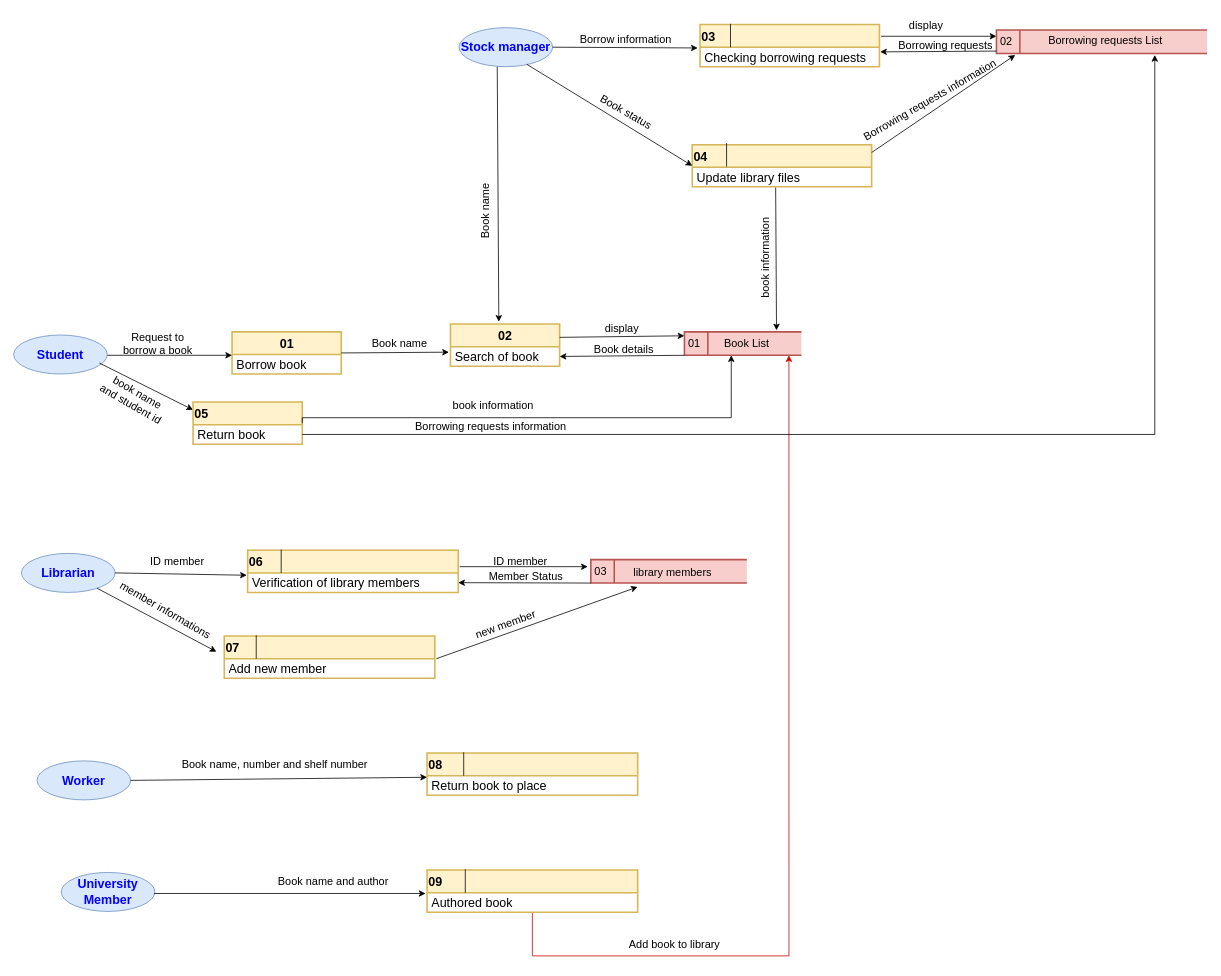
The draw.io diagram L1.drawio in doaa517/Diagrams, before the edit. Source tidied: cells renumbered, new cells numbered last; positions are measured from the earlier drawing's top-left corner, leaving out a move shared by most shapes. Both pictures are drawn from the tidied source at 78%, with x=0, y=0 at pixel (13, 13).
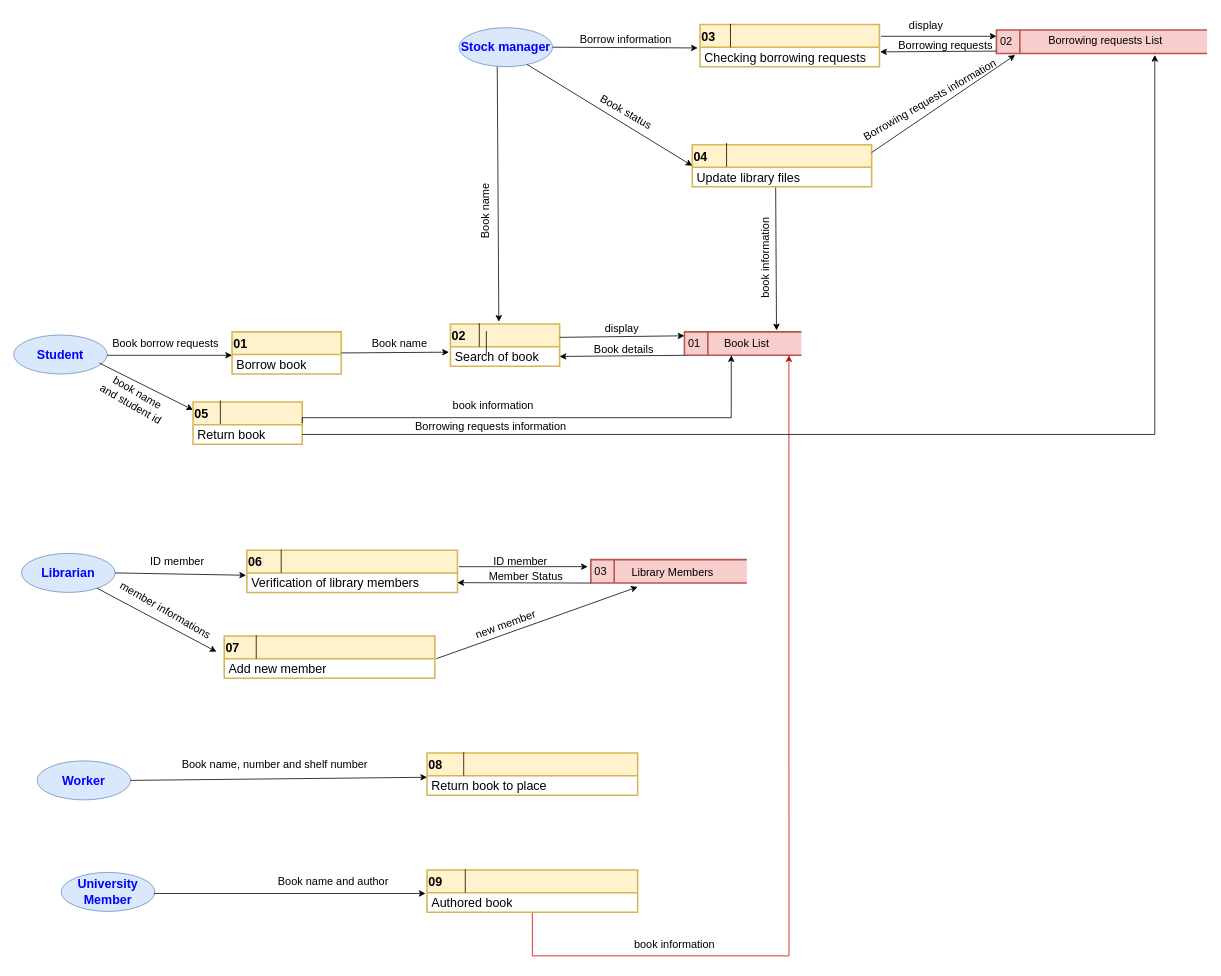
The same page after the edit.

The edit, as a diff of the source:
```diff
@@
-    <mxCell id="8" value="01" style="swimlane;fontStyle=1;align=center;verticalAlign=middle;horizontal=1;startSize=29;html=1;fontSize=16;strokeWidth=2;fillColor=#fff2cc;strokeColor=#d6b656;" parent="1" vertex="1">
+    <mxCell id="8" value="&lt;div align=&quot;left&quot;&gt;01&lt;/div&gt;" style="swimlane;fontStyle=1;align=left;verticalAlign=middle;horizontal=1;startSize=29;html=1;fontSize=16;strokeWidth=2;fillColor=#fff2cc;strokeColor=#d6b656;" parent="1" vertex="1">
       <mxGeometry x="280" y="408" width="140" height="54" as="geometry" />
     </mxCell>
@@
-    <mxCell id="11" value="Request to borrow a book" style="text;html=1;strokeColor=none;fillColor=none;align=center;verticalAlign=middle;whiteSpace=wrap;rounded=0;strokeWidth=2;fontSize=14;fontColor=#000000;" parent="1" vertex="1">
-      <mxGeometry x="130" y="408" width="110" height="30" as="geometry" />
+    <mxCell id="11" value="Book borrow requests" style="text;html=1;strokeColor=none;fillColor=none;align=center;verticalAlign=middle;whiteSpace=wrap;rounded=0;strokeWidth=2;fontSize=14;fontColor=#000000;" parent="1" vertex="1">
+      <mxGeometry x="110" y="408" width="170" height="30" as="geometry" />
     </mxCell>
@@
-    <mxCell id="15" value="02" style="swimlane;fontStyle=1;align=center;verticalAlign=middle;horizontal=1;startSize=29;html=1;fontSize=16;strokeWidth=2;fillColor=#fff2cc;strokeColor=#d6b656;" parent="1" vertex="1">
+    <mxCell id="15" value="&lt;div align=&quot;left&quot;&gt;02&lt;/div&gt;" style="swimlane;fontStyle=1;align=left;verticalAlign=middle;horizontal=1;startSize=29;html=1;fontSize=16;strokeWidth=2;fillColor=#fff2cc;strokeColor=#d6b656;" parent="1" vertex="1">
       <mxGeometry x="560" y="398" width="140" height="54" as="geometry" />
     </mxCell>
@@
     <mxCell id="51" value="&lt;div align=&quot;left&quot;&gt;06&lt;/div&gt;" style="swimlane;fontStyle=1;align=left;verticalAlign=middle;horizontal=1;startSize=29;html=1;fontSize=16;strokeWidth=2;fillColor=#fff2cc;strokeColor=#d6b656;" parent="1" vertex="1">
-      <mxGeometry x="300" y="688" width="270" height="54" as="geometry" />
+      <mxGeometry x="299" y="688" width="270" height="54" as="geometry" />
     </mxCell>
@@
-    <mxCell id="56" value="&lt;font color=&quot;#000000&quot;&gt;library members&lt;/font&gt;" style="text;html=1;strokeColor=none;fillColor=none;align=center;verticalAlign=middle;whiteSpace=wrap;rounded=0;strokeWidth=2;fontSize=14;fontColor=#000000;" parent="1" vertex="1">
+    <mxCell id="56" value="&lt;font color=&quot;#000000&quot;&gt;Library Members&lt;/font&gt;" style="text;html=1;strokeColor=none;fillColor=none;align=center;verticalAlign=middle;whiteSpace=wrap;rounded=0;strokeWidth=2;fontSize=14;fontColor=#000000;" parent="1" vertex="1">
       <mxGeometry x="770" y="702" width="150" height="30" as="geometry" />
     </mxCell>
@@
-    <mxCell id="75" value="Add book to library" style="text;html=1;strokeColor=none;fillColor=none;align=center;verticalAlign=middle;whiteSpace=wrap;rounded=0;strokeWidth=2;fontSize=14;fontColor=#000000;" parent="1" vertex="1">
+    <mxCell id="75" value="book information " style="text;html=1;strokeColor=none;fillColor=none;align=center;verticalAlign=middle;whiteSpace=wrap;rounded=0;strokeWidth=2;fontSize=14;fontColor=#000000;" parent="1" vertex="1">
       <mxGeometry x="770" y="1178" width="155" height="30" as="geometry" />
     </mxCell>
@@
+    <mxCell id="81" style="endArrow=none;html=1;rounded=0;" parent="1" edge="1">
+      <mxGeometry relative="1" as="geometry">
+        <mxPoint x="265" y="526" as="sourcePoint" />
+        <mxPoint x="265" y="496" as="targetPoint" />
+      </mxGeometry>
+    </mxCell>
+    <mxCell id="82" style="endArrow=none;html=1;rounded=0;" parent="1" edge="1">
+      <mxGeometry relative="1" as="geometry">
+        <mxPoint x="597" y="427" as="sourcePoint" />
+        <mxPoint x="597" y="397" as="targetPoint" />
+      </mxGeometry>
+    </mxCell>
+    <mxCell id="83" style="endArrow=none;html=1;rounded=0;" parent="1" edge="1">
+      <mxGeometry relative="1" as="geometry">
+        <mxPoint x="606" y="437" as="sourcePoint" />
+        <mxPoint x="606" y="407" as="targetPoint" />
+      </mxGeometry>
+    </mxCell>
```
